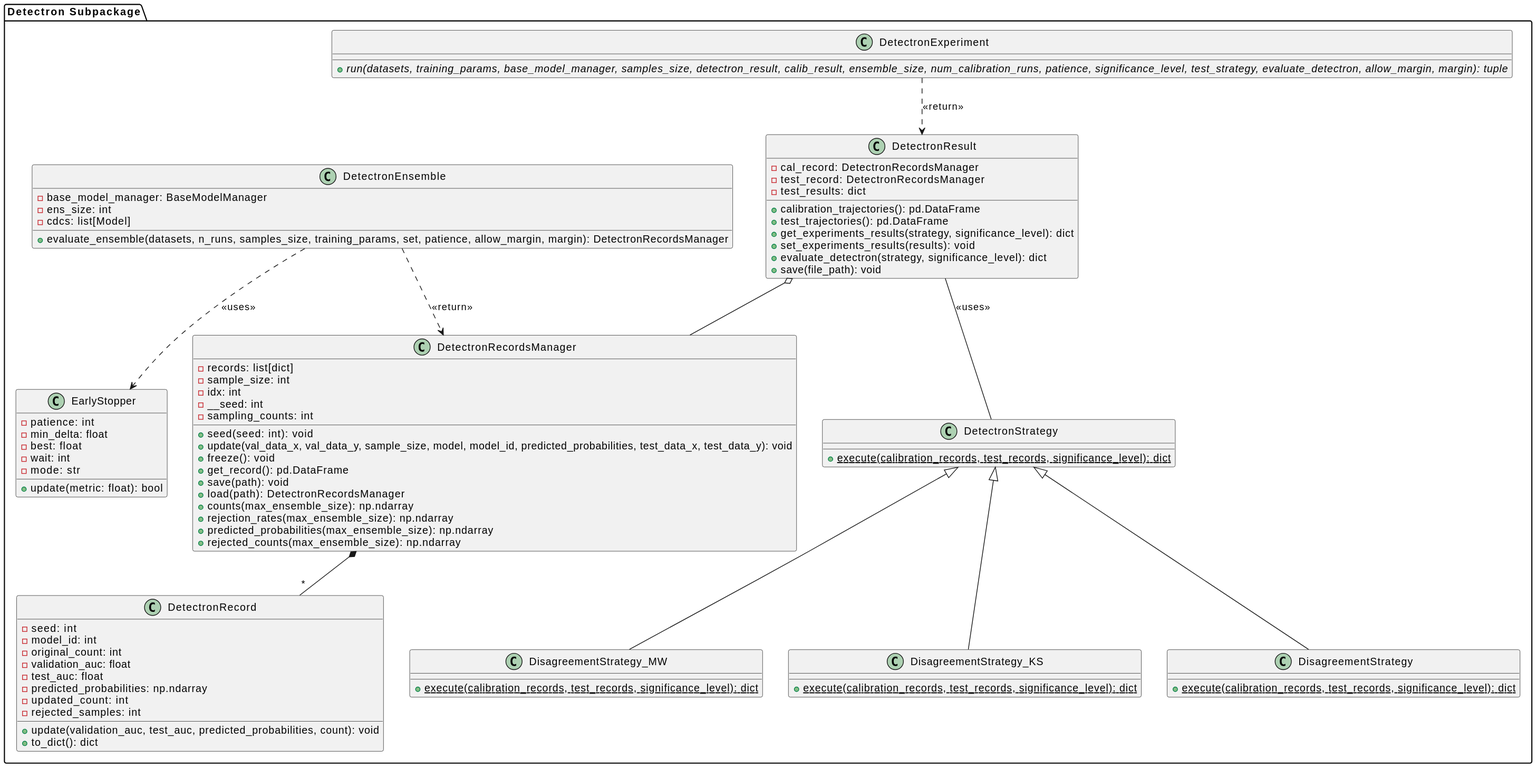
Before: docs/diagrams/detectron.svg, a diagram exported from PlantUML (MEDomics-UdeS/MED3pa). The source it was exported from:
```plantuml
@startuml
package "Detectron Subpackage" {

    class DetectronEnsemble {
        -base_model_manager: BaseModelManager
        -ens_size: int
        -cdcs: list[Model]
        +evaluate_ensemble(datasets, n_runs, samples_size, training_params, set, patience, allow_margin, margin): DetectronRecordsManager
    }

    class DetectronRecord {
        -seed: int
        -model_id: int
        -original_count: int
        -validation_auc: float
        -test_auc: float
        -predicted_probabilities: np.ndarray
        -updated_count: int
        -rejected_samples: int
        +update(validation_auc, test_auc, predicted_probabilities, count): void
        +to_dict(): dict
    }

    class DetectronRecordsManager {
        -records: list[dict]
        -sample_size: int
        -idx: int
        -__seed: int
        -sampling_counts: int
        +seed(seed: int): void
        +update(val_data_x, val_data_y, sample_size, model, model_id, predicted_probabilities, test_data_x, test_data_y): void
        +freeze(): void
        +get_record(): pd.DataFrame
        +save(path): void
        +load(path): DetectronRecordsManager
        +counts(max_ensemble_size): np.ndarray
        +rejection_rates(max_ensemble_size): np.ndarray
        +predicted_probabilities(max_ensemble_size): np.ndarray
        +rejected_counts(max_ensemble_size): np.ndarray
    }

    class EarlyStopper {
        -patience: int
        -min_delta: float
        -best: float
        -wait: int
        -mode: str
        +update(metric: float): bool
    }

    class DetectronStrategy {
        {static} +execute(calibration_records, test_records, significance_level): dict
    }

    class DisagreementStrategy {
        {static} +execute(calibration_records, test_records, significance_level): dict
    }

    class DisagreementStrategy_MW {
        {static} +execute(calibration_records, test_records, significance_level): dict
    }

    class DisagreementStrategy_KS {
        {static} +execute(calibration_records, test_records, significance_level): dict
    }

    class DetectronResult {
        -cal_record: DetectronRecordsManager
        -test_record: DetectronRecordsManager
        -test_results: dict
        +calibration_trajectories(): pd.DataFrame
        +test_trajectories(): pd.DataFrame
        +get_experiments_results(strategy, significance_level): dict
        +set_experiments_results(results): void
        +evaluate_detectron(strategy, significance_level): dict
        +save(file_path): void
    }

    class DetectronExperiment {
        {abstract} +run(datasets, training_params, base_model_manager, samples_size, detectron_result, calib_result, ensemble_size, num_calibration_runs, patience, significance_level, test_strategy, evaluate_detectron, allow_margin, margin): tuple
    }

    DetectronEnsemble ..> EarlyStopper : <<uses>>
    DetectronRecordsManager *-- "*" DetectronRecord
    DetectronResult o-- DetectronRecordsManager
    DetectronExperiment ..> DetectronResult : <<return>>
    DetectronEnsemble ..> DetectronRecordsManager : <<return>>
    DetectronStrategy <|-- DisagreementStrategy
    DetectronStrategy <|-- DisagreementStrategy_MW
    DetectronStrategy <|-- DisagreementStrategy_KS
    DetectronResult -- DetectronStrategy : <<uses>>
}
@enduml
```
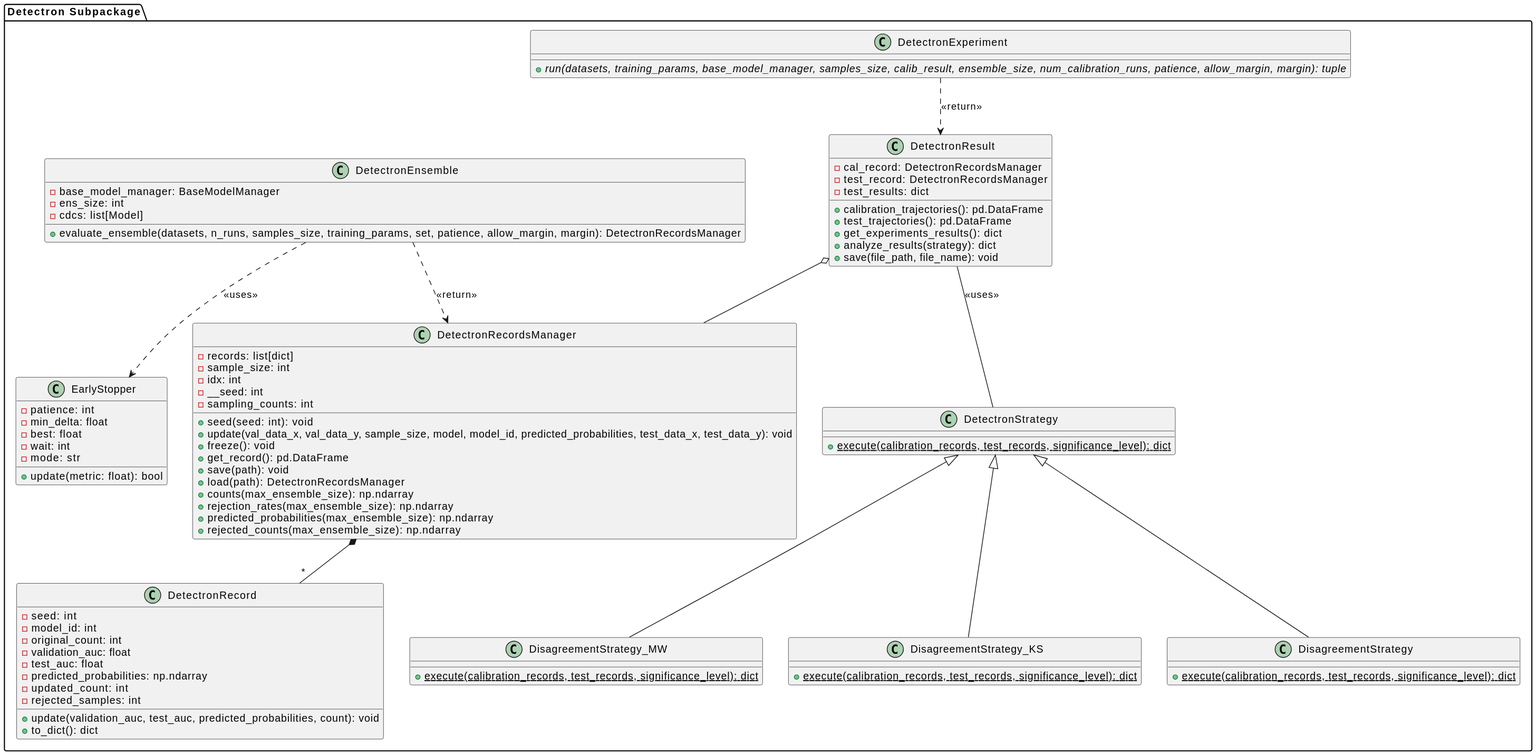
The same diagram one commit later.

The edit, as a diff of the source:
```diff
@@ -70,14 +70,13 @@
         -test_results: dict
         +calibration_trajectories(): pd.DataFrame
         +test_trajectories(): pd.DataFrame
-        +get_experiments_results(strategy, significance_level): dict
-        +set_experiments_results(results): void
-        +evaluate_detectron(strategy, significance_level): dict
-        +save(file_path): void
+        +get_experiments_results(): dict
+        +analyze_results(strategy): dict
+        +save(file_path, file_name): void
     }
 
     class DetectronExperiment {
-        {abstract} +run(datasets, training_params, base_model_manager, samples_size, detectron_result, calib_result, ensemble_size, num_calibration_runs, patience, significance_level, test_strategy, evaluate_detectron, allow_margin, margin): tuple
+        {abstract} +run(datasets, training_params, base_model_manager, samples_size, calib_result, ensemble_size, num_calibration_runs, patience, allow_margin, margin): tuple
     }
 
     DetectronEnsemble ..> EarlyStopper : <<uses>>
```
